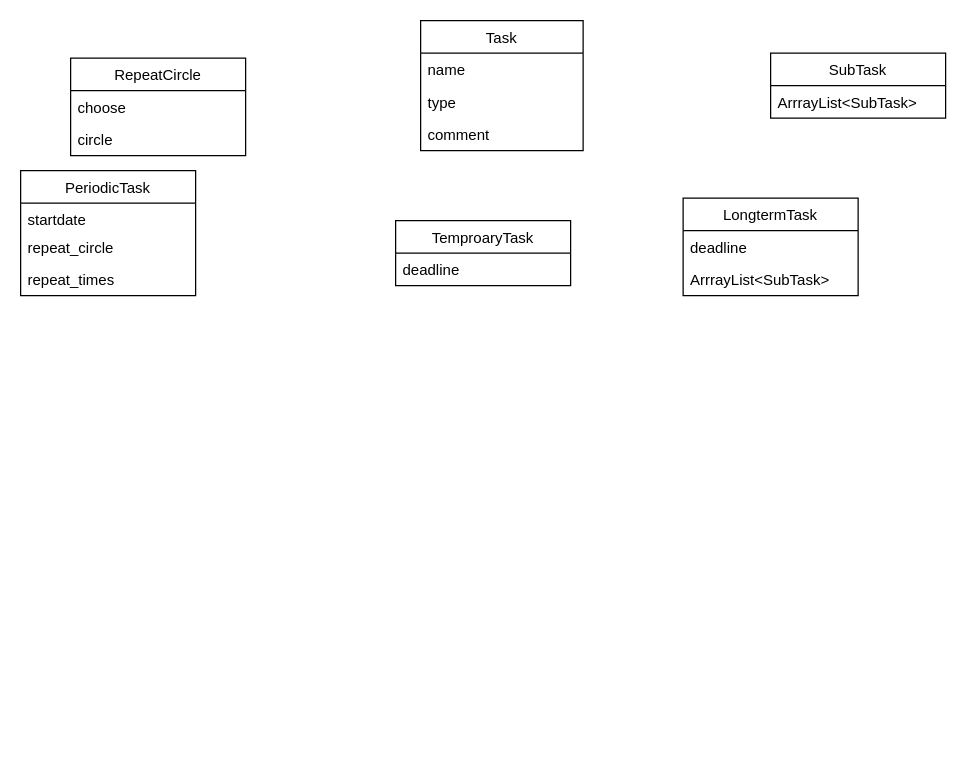
Earlier version of the draw.io diagram Untitled Diagram.drawio (Zhao-shenghao/learngit). Source tidied: cells renumbered, new cells numbered last; positions are measured from the earlier drawing's top-left corner, leaving out a move shared by most shapes. Both pictures are drawn from the tidied source at 125%, with x=0, y=0 at pixel (20, 20).
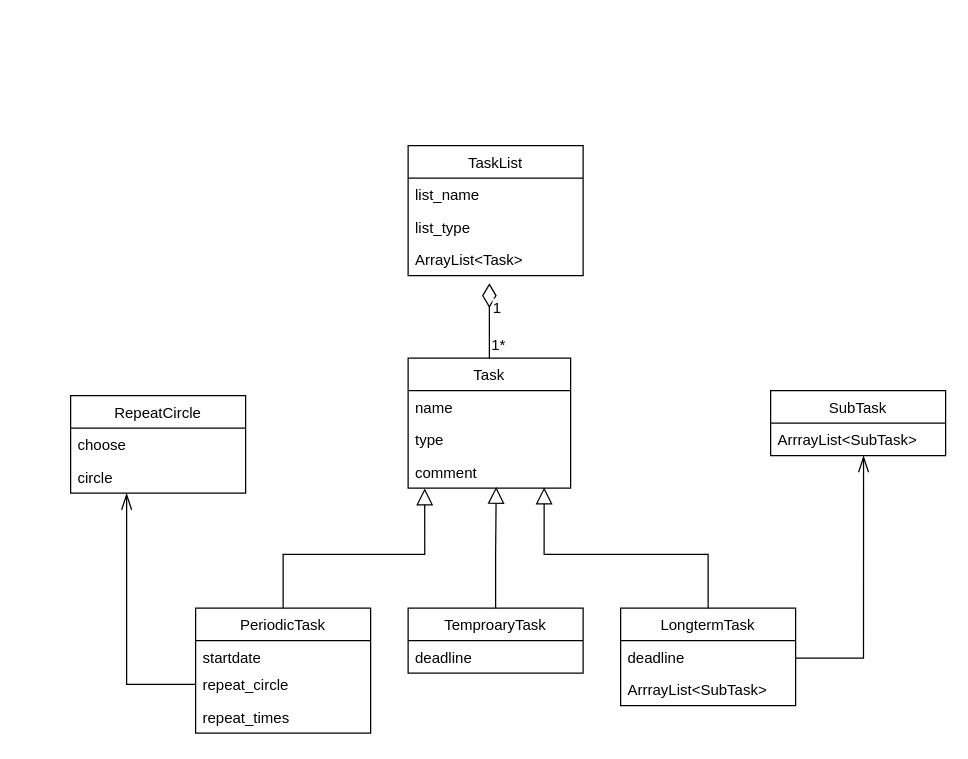
The same page after the edit.

The change refers to these unchanged cells:
```xml
<mxCell id="5" value="comment" style="text;strokeColor=none;fillColor=none;align=left;verticalAlign=top;spacingLeft=4;spacingRight=4;overflow=hidden;points=[[0,0.5],[1,0.5]];portConstraint=eastwest;" parent="2" vertex="1">
  <mxGeometry y="78" width="130" height="26" as="geometry" />
</mxCell>
<mxCell id="8" value="repeat_circle" style="text;strokeColor=none;fillColor=none;align=left;verticalAlign=top;spacingLeft=4;spacingRight=4;overflow=hidden;points=[[0,0.5],[1,0.5]];portConstraint=eastwest;" parent="6" vertex="1">
  <mxGeometry y="48" width="140" height="26" as="geometry" />
</mxCell>
<mxCell id="12" value="circle" style="text;strokeColor=none;fillColor=none;align=left;verticalAlign=top;spacingLeft=4;spacingRight=4;overflow=hidden;points=[[0,0.5],[1,0.5]];portConstraint=eastwest;" parent="10" vertex="1">
  <mxGeometry y="52" width="140" height="26" as="geometry" />
</mxCell>
<mxCell id="19" value="ArrrayList&lt;SubTask&gt;" style="text;strokeColor=none;fillColor=none;align=left;verticalAlign=top;spacingLeft=4;spacingRight=4;overflow=hidden;points=[[0,0.5],[1,0.5]];portConstraint=eastwest;" parent="18" vertex="1">
  <mxGeometry y="26" width="140" height="26" as="geometry" />
</mxCell>
```

The edit, as a diff of the source:
```diff
@@
+    <mxCell id="20" style="edgeStyle=orthogonalEdgeStyle;rounded=0;jettySize=auto;html=1;endArrow=diamondThin;endFill=0;endSize=17;targetPerimeterSpacing=2;" parent="1" edge="1" source="2">
+      <mxGeometry relative="1" as="geometry">
+        <mxPoint x="375" y="210" as="targetPoint" />
+      </mxGeometry>
+    </mxCell>
+    <mxCell id="21" value="1" style="text;html=1;align=center;verticalAlign=middle;labelBackgroundColor=#ffffff;" parent="20" vertex="1">
+      <mxGeometry x="0.73" y="-12" relative="1" as="geometry">
+        <mxPoint x="-7" y="11.5" as="offset" />
+      </mxGeometry>
+    </mxCell>
     <mxCell id="2" value="Task" style="swimlane;fontStyle=0;horizontal=1;startSize=26;fillColor=none;" parent="1" vertex="1">
-      <mxGeometry x="320" width="130" height="104" as="geometry" />
+      <mxGeometry x="310" y="270" width="130" height="104" as="geometry" />
     </mxCell>
@@
+    <mxCell id="22" style="edgeStyle=orthogonalEdgeStyle;rounded=0;jettySize=auto;html=1;exitX=0.5;exitY=0;exitDx=0;exitDy=0;entryX=0.102;entryY=1.008;entryDx=0;entryDy=0;entryPerimeter=0;endArrow=block;endFill=0;endSize=11;" parent="1" edge="1" source="6" target="5">
+      <mxGeometry relative="1" as="geometry" />
+    </mxCell>
     <mxCell id="6" value="PeriodicTask" style="swimlane;fontStyle=0;horizontal=1;startSize=26;fillColor=none;" parent="1" vertex="1">
-      <mxGeometry y="120" width="140" height="100" as="geometry" />
+      <mxGeometry x="140" y="470" width="140" height="100" as="geometry" />
     </mxCell>
@@
     <mxCell id="10" value="RepeatCircle" style="swimlane;fontStyle=0;horizontal=1;startSize=26;fillColor=none;" parent="1" vertex="1">
-      <mxGeometry x="40" y="30" width="140" height="78" as="geometry" />
+      <mxGeometry x="40" y="300" width="140" height="78" as="geometry" />
     </mxCell>
@@
+    <mxCell id="23" style="edgeStyle=orthogonalEdgeStyle;rounded=0;jettySize=auto;html=1;entryX=0.837;entryY=0.977;entryDx=0;entryDy=0;entryPerimeter=0;endArrow=block;endFill=0;endSize=11;" parent="1" edge="1" source="13" target="5">
+      <mxGeometry relative="1" as="geometry" />
+    </mxCell>
+    <mxCell id="24" style="edgeStyle=orthogonalEdgeStyle;rounded=0;jettySize=auto;html=1;entryX=0.531;entryY=1.008;entryDx=0;entryDy=0;entryPerimeter=0;endArrow=openThin;endFill=0;endSize=11;" parent="1" edge="1" source="13" target="19">
+      <mxGeometry relative="1" as="geometry">
+        <Array as="points">
+          <mxPoint x="674" y="510" />
+        </Array>
+      </mxGeometry>
+    </mxCell>
     <mxCell id="13" value="LongtermTask" style="swimlane;fontStyle=0;horizontal=1;startSize=26;fillColor=none;" parent="1" vertex="1">
-      <mxGeometry x="530" y="142" width="140" height="78" as="geometry" />
+      <mxGeometry x="480" y="470" width="140" height="78" as="geometry" />
     </mxCell>
@@
+    <mxCell id="25" style="edgeStyle=orthogonalEdgeStyle;rounded=0;jettySize=auto;html=1;entryX=0.542;entryY=0.962;entryDx=0;entryDy=0;entryPerimeter=0;endArrow=block;endFill=0;endSize=11;" parent="1" edge="1" source="16" target="5">
+      <mxGeometry relative="1" as="geometry" />
+    </mxCell>
     <mxCell id="16" value="TemproaryTask" style="swimlane;fontStyle=0;horizontal=1;startSize=26;fillColor=none;" parent="1" vertex="1">
-      <mxGeometry x="300" y="160" width="140" height="52" as="geometry" />
+      <mxGeometry x="310" y="470" width="140" height="52" as="geometry" />
     </mxCell>
@@
     <mxCell id="18" value="SubTask" style="swimlane;fontStyle=0;horizontal=1;startSize=26;fillColor=none;" parent="1" vertex="1">
-      <mxGeometry x="600" y="26" width="140" height="52" as="geometry" />
+      <mxGeometry x="600" y="296" width="140" height="52" as="geometry" />
     </mxCell>
@@
+    <mxCell id="26" style="edgeStyle=orthogonalEdgeStyle;rounded=0;jettySize=auto;html=1;entryX=0.32;entryY=1.008;entryDx=0;entryDy=0;entryPerimeter=0;endArrow=openThin;endFill=0;endSize=11;" parent="1" edge="1" source="8" target="12">
+      <mxGeometry relative="1" as="geometry" />
+    </mxCell>
+    <mxCell id="27" value="TaskList" style="swimlane;fontStyle=0;horizontal=1;startSize=26;fillColor=none;" parent="1" vertex="1">
+      <mxGeometry x="310" y="100" width="140" height="104" as="geometry" />
+    </mxCell>
+    <mxCell id="28" value="list_name" style="text;strokeColor=none;fillColor=none;align=left;verticalAlign=top;spacingLeft=4;spacingRight=4;overflow=hidden;" parent="27" vertex="1">
+      <mxGeometry y="26" width="140" height="26" as="geometry" />
+    </mxCell>
+    <mxCell id="29" value="list_type" style="text;strokeColor=none;fillColor=none;align=left;verticalAlign=top;spacingLeft=4;spacingRight=4;overflow=hidden;" parent="27" vertex="1">
+      <mxGeometry y="52" width="140" height="26" as="geometry" />
+    </mxCell>
+    <mxCell id="30" value="ArrayList&lt;Task&gt;" style="text;strokeColor=none;fillColor=none;align=left;verticalAlign=top;spacingLeft=4;spacingRight=4;overflow=hidden;" parent="27" vertex="1">
+      <mxGeometry y="78" width="140" height="26" as="geometry" />
+    </mxCell>
+    <mxCell id="31" value="1*" style="text;html=1;align=left;verticalAlign=top;spacingTop=-4;" parent="1" vertex="1">
+      <mxGeometry x="375" y="250" width="30" height="20" as="geometry" />
+    </mxCell>
```
